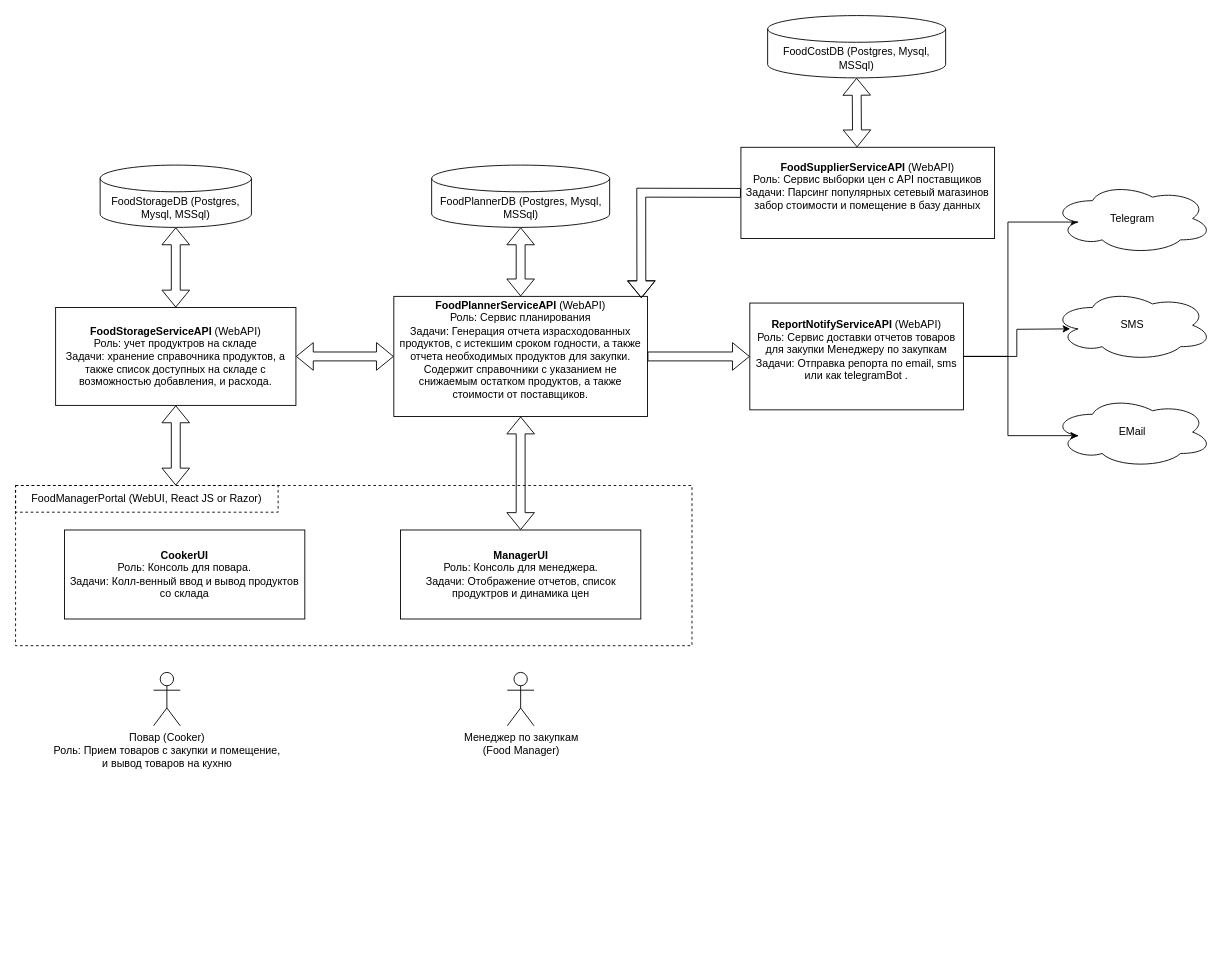
Above: docs/food-manager.drawio in otusroom5/food-manager (draw.io), before the change. Source tidied: cells renumbered, new cells numbered last; positions are measured from the earlier drawing's top-left corner, leaving out a move shared by most shapes. Both pictures are drawn from the tidied source at 89%, with x=0, y=0 at pixel (15, 15).
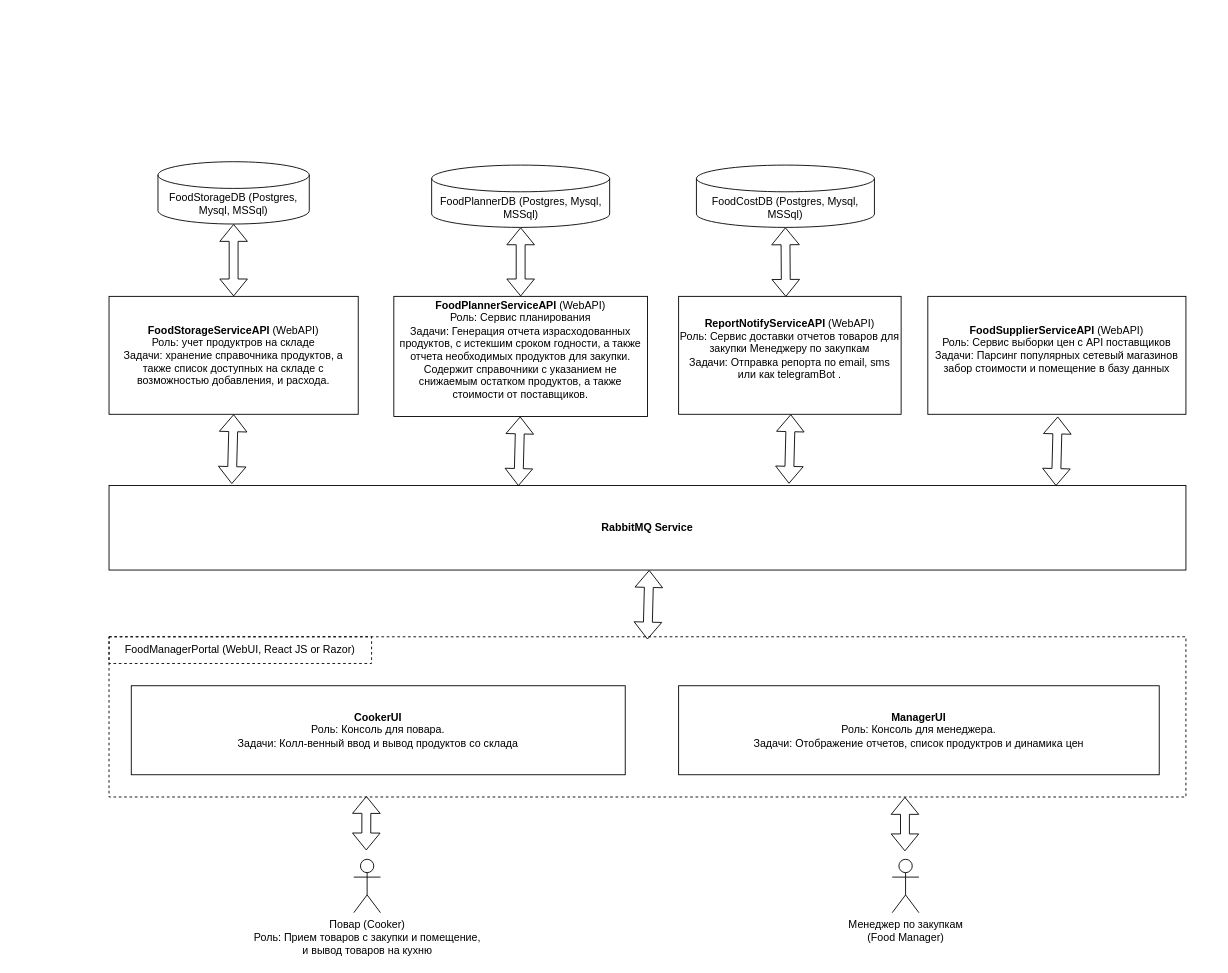
The same page after the edit.

Commit message (it also covers changes not shown here):
Added picture of diagram of arhitecture and project description

The change refers to these unchanged cells:
```xml
<mxCell id="4" value="&lt;b&gt;FoodPlannerServiceAPI&lt;/b&gt; (WebAPI)&lt;br&gt;Роль: Сервис планирования&lt;br&gt;Задачи: Генерация отчета израсходованных продуктов, c истекшим сроком годности, а также отчета необходимых продуктов для закупки. Содержит справочники с указанием не снижаемым остатком продуктов, а также стоимости от поставщиков.&lt;br&gt;&amp;nbsp;" style="rounded=0;whiteSpace=wrap;html=1;" parent="1" vertex="1">
  <mxGeometry x="425" y="315.5" width="285" height="135" as="geometry" />
</mxCell>
```

The edit, as a diff of the source:
```diff
@@
     <mxCell id="2" value="FoodStorageDB (Postgres, Mysql, MSSql)" style="shape=cylinder3;whiteSpace=wrap;html=1;boundedLbl=1;backgroundOutline=1;size=15;" parent="1" vertex="1">
-      <mxGeometry x="95" y="168" width="170" height="70" as="geometry" />
+      <mxGeometry x="160" y="164.2" width="170" height="70" as="geometry" />
     </mxCell>
     <mxCell id="3" value="&lt;b&gt;FoodStorageServiceAPI&amp;nbsp;&lt;/b&gt;(WebAPI)&lt;br&gt;Роль: учет продуктров на складе&lt;br&gt;Задачи: хранение справочника продуктов, а также список доступных на складе с возможностью добавления, и расхода." style="rounded=0;whiteSpace=wrap;html=1;" parent="1" vertex="1">
-      <mxGeometry x="45" y="328" width="270" height="110" as="geometry" />
+      <mxGeometry x="105" y="315.5" width="280" height="132.5" as="geometry" />
     </mxCell>
@@
     <mxCell id="5" value="Повар (Cooker)&lt;br&gt;Роль: Прием товаров с закупки и помещение, &lt;br&gt;и вывод товаров на кухню" style="shape=umlActor;verticalLabelPosition=bottom;verticalAlign=top;html=1;" parent="1" vertex="1">
-      <mxGeometry x="155" y="738" width="30" height="60" as="geometry" />
+      <mxGeometry x="380" y="948" width="30" height="60" as="geometry" />
     </mxCell>
     <mxCell id="6" value="Менеджер по закупкам&lt;br&gt;(Food Manager)" style="shape=umlActor;verticalLabelPosition=bottom;verticalAlign=top;html=1;" parent="1" vertex="1">
-      <mxGeometry x="552.5" y="738" width="30" height="60" as="geometry" />
+      <mxGeometry x="985" y="948" width="30" height="60" as="geometry" />
     </mxCell>
-    <mxCell id="7" style="shape=flexArrow;endArrow=classic;startArrow=classic;html=1;rounded=0;exitX=0.5;exitY=0;exitDx=0;exitDy=0;entryX=0.5;entryY=1;entryDx=0;entryDy=0;" parent="1" edge="1" target="3">
-      <mxGeometry relative="1" as="geometry">
-        <mxPoint x="180" y="528" as="sourcePoint" />
-      </mxGeometry>
-    </mxCell>
-    <mxCell id="8" style="edgeStyle=orthogonalEdgeStyle;rounded=0;jettySize=auto;html=1;exitX=1;exitY=0.5;exitDx=0;exitDy=0;entryX=0.16;entryY=0.55;entryDx=0;entryDy=0;entryPerimeter=0;" parent="1" edge="1" source="9" target="20">
-      <mxGeometry relative="1" as="geometry">
-        <Array as="points">
-          <mxPoint x="1115" y="383" />
-          <mxPoint x="1115" y="232" />
-        </Array>
-      </mxGeometry>
-    </mxCell>
     <mxCell id="9" value="&lt;b&gt;ReportNotifyServiceAPI&lt;/b&gt;&amp;nbsp;(WebAPI)&lt;br&gt;Роль: Сервис доставки отчетов товаров для закупки Менеджеру по закупкам&lt;br&gt;Задачи: Отправка репорта по email, sms или как telegramBot .&lt;br&gt;&amp;nbsp;" style="rounded=0;whiteSpace=wrap;html=1;" parent="1" vertex="1">
-      <mxGeometry x="825" y="323" width="240" height="120" as="geometry" />
+      <mxGeometry x="745" y="315.5" width="250" height="132.5" as="geometry" />
     </mxCell>
-    <mxCell id="10" style="shape=flexArrow;endArrow=classic;startArrow=classic;html=1;rounded=0;exitX=1;exitY=0.5;exitDx=0;exitDy=0;entryX=0;entryY=0.5;entryDx=0;entryDy=0;" parent="1" edge="1" source="3" target="4">
-      <mxGeometry relative="1" as="geometry" />
-    </mxCell>
@@
-    <mxCell id="14" style="shape=flexArrow;endArrow=classic;html=1;rounded=0;exitX=1;exitY=0.5;exitDx=0;exitDy=0;entryX=0;entryY=0.5;entryDx=0;entryDy=0;" parent="1" edge="1" source="4" target="9">
-      <mxGeometry relative="1" as="geometry" />
-    </mxCell>
     <mxCell id="15" style="rounded=0;whiteSpace=wrap;html=1;dashed=1;" parent="1" vertex="1">
-      <mxGeometry y="528" width="760" height="180" as="geometry" />
+      <mxGeometry x="105" y="698" width="1210" height="180" as="geometry" />
     </mxCell>
-    <mxCell id="16" style="shape=flexArrow;endArrow=classic;startArrow=classic;html=1;rounded=0;entryX=0.5;entryY=1;entryDx=0;entryDy=0;" parent="1" edge="1" source="18" target="4">
-      <mxGeometry relative="1" as="geometry" />
-    </mxCell>
     <mxCell id="17" value="&lt;b&gt;CookerUI&lt;/b&gt;&lt;br&gt;Роль: Консоль для повара.&lt;br&gt;Задачи: Колл-венный ввод и вывод продуктов со склада" style="rounded=0;whiteSpace=wrap;html=1;" parent="1" vertex="1">
-      <mxGeometry x="55" y="578" width="270" height="100" as="geometry" />
+      <mxGeometry x="130" y="753" width="555" height="100" as="geometry" />
     </mxCell>
     <mxCell id="18" value="&lt;b&gt;ManagerUI&lt;/b&gt;&lt;br&gt;Роль: Консоль для менеджера.&lt;br&gt;Задачи: Отображение отчетов, список продуктров и динамика цен" style="rounded=0;whiteSpace=wrap;html=1;" parent="1" vertex="1">
-      <mxGeometry x="432.5" y="578" width="270" height="100" as="geometry" />
+      <mxGeometry x="745" y="753" width="540" height="100" as="geometry" />
     </mxCell>
     <mxCell id="19" value="FoodManagerPortal (WebUI, React JS or Razor)" style="text;html=1;strokeColor=default;fillColor=none;align=center;verticalAlign=middle;whiteSpace=wrap;rounded=0;dashed=1;" parent="1" vertex="1">
-      <mxGeometry y="528" width="295" height="30" as="geometry" />
+      <mxGeometry x="105" y="698" width="295" height="30" as="geometry" />
     </mxCell>
-    <mxCell id="20" value="Telegram" style="ellipse;shape=cloud;whiteSpace=wrap;html=1;" parent="1" vertex="1">
-      <mxGeometry x="1165" y="188" width="180" height="80" as="geometry" />
-    </mxCell>
-    <mxCell id="21" value="SMS" style="ellipse;shape=cloud;whiteSpace=wrap;html=1;" parent="1" vertex="1">
-      <mxGeometry x="1165" y="308" width="180" height="80" as="geometry" />
-    </mxCell>
-    <mxCell id="22" value="EMail" style="ellipse;shape=cloud;whiteSpace=wrap;html=1;" parent="1" vertex="1">
-      <mxGeometry x="1165" y="428" width="180" height="80" as="geometry" />
-    </mxCell>
-    <mxCell id="23" style="edgeStyle=orthogonalEdgeStyle;rounded=0;jettySize=auto;html=1;exitX=1;exitY=0.5;exitDx=0;exitDy=0;" parent="1" edge="1" source="9">
-      <mxGeometry relative="1" as="geometry">
-        <mxPoint x="1185" y="352" as="targetPoint" />
-      </mxGeometry>
-    </mxCell>
-    <mxCell id="24" style="edgeStyle=orthogonalEdgeStyle;rounded=0;jettySize=auto;html=1;exitX=1;exitY=0.5;exitDx=0;exitDy=0;entryX=0.16;entryY=0.55;entryDx=0;entryDy=0;entryPerimeter=0;" parent="1" edge="1" source="9" target="22">
-      <mxGeometry relative="1" as="geometry" />
-    </mxCell>
     <mxCell id="25" value="&lt;b&gt;FoodSupplierServiceAPI&lt;/b&gt; (WebAPI)&lt;br&gt;Роль: Сервис выборки цен с API поставщиков&lt;br&gt;Задачи: Парсинг популярных сетевый магазинов забор стоимости и помещение в базу данных&lt;br&gt;&amp;nbsp;" style="rounded=0;whiteSpace=wrap;html=1;" parent="1" vertex="1">
-      <mxGeometry x="815" y="148" width="285" height="102.5" as="geometry" />
+      <mxGeometry x="1025" y="315.5" width="290" height="132.5" as="geometry" />
     </mxCell>
     <mxCell id="26" value="FoodCostDB (Postgres, Mysql, MSSql)" style="shape=cylinder3;whiteSpace=wrap;html=1;boundedLbl=1;backgroundOutline=1;size=15;" parent="1" vertex="1">
-      <mxGeometry x="845" width="200" height="70" as="geometry" />
+      <mxGeometry x="765" y="168" width="200" height="70" as="geometry" />
     </mxCell>
     <mxCell id="27" style="shape=flexArrow;endArrow=classic;startArrow=classic;html=1;rounded=0;entryX=0.5;entryY=1;entryDx=0;entryDy=0;entryPerimeter=0;" parent="1" edge="1" target="26">
       <mxGeometry relative="1" as="geometry">
-        <mxPoint x="945.5" y="148" as="sourcePoint" />
+        <mxPoint x="865.5" y="316" as="sourcePoint" />
       </mxGeometry>
     </mxCell>
-    <mxCell id="28" style="shape=flexArrow;endArrow=classic;html=1;rounded=0;entryX=0.976;entryY=0.015;entryDx=0;entryDy=0;entryPerimeter=0;exitX=0;exitY=0.5;exitDx=0;exitDy=0;" parent="1" edge="1" source="25" target="4">
-      <mxGeometry relative="1" as="geometry">
-        <Array as="points">
-          <mxPoint x="703" y="199" />
-        </Array>
-      </mxGeometry>
-    </mxCell>
+    <mxCell id="29" value="&lt;b&gt;RabbitMQ Service&lt;br&gt;&lt;/b&gt;" style="rounded=0;whiteSpace=wrap;html=1;" parent="1" vertex="1">
+      <mxGeometry x="105" y="528" width="1210" height="95" as="geometry" />
+    </mxCell>
+    <mxCell id="30" style="shape=flexArrow;endArrow=classic;startArrow=classic;html=1;rounded=0;exitX=0.114;exitY=-0.018;exitDx=0;exitDy=0;exitPerimeter=0;" parent="1" edge="1" source="29">
+      <mxGeometry relative="1" as="geometry">
+        <mxPoint x="245" y="448" as="targetPoint" />
+      </mxGeometry>
+    </mxCell>
+    <mxCell id="31" style="shape=flexArrow;endArrow=classic;startArrow=classic;html=1;rounded=0;exitX=0.114;exitY=-0.018;exitDx=0;exitDy=0;exitPerimeter=0;" parent="1" edge="1">
+      <mxGeometry relative="1" as="geometry">
+        <mxPoint x="565" y="528.5" as="sourcePoint" />
+        <mxPoint x="567" y="450.5" as="targetPoint" />
+      </mxGeometry>
+    </mxCell>
+    <mxCell id="32" style="shape=flexArrow;endArrow=classic;startArrow=classic;html=1;rounded=0;exitX=0.114;exitY=-0.018;exitDx=0;exitDy=0;exitPerimeter=0;" parent="1" edge="1">
+      <mxGeometry relative="1" as="geometry">
+        <mxPoint x="869" y="526" as="sourcePoint" />
+        <mxPoint x="871" y="448" as="targetPoint" />
+      </mxGeometry>
+    </mxCell>
+    <mxCell id="33" style="shape=flexArrow;endArrow=classic;startArrow=classic;html=1;rounded=0;exitX=0.114;exitY=-0.018;exitDx=0;exitDy=0;exitPerimeter=0;" parent="1" edge="1">
+      <mxGeometry relative="1" as="geometry">
+        <mxPoint x="1169" y="528.5" as="sourcePoint" />
+        <mxPoint x="1171" y="450.5" as="targetPoint" />
+      </mxGeometry>
+    </mxCell>
+    <mxCell id="34" style="shape=flexArrow;endArrow=classic;startArrow=classic;html=1;rounded=0;exitX=0.114;exitY=-0.018;exitDx=0;exitDy=0;exitPerimeter=0;" parent="1" edge="1">
+      <mxGeometry relative="1" as="geometry">
+        <mxPoint x="710" y="701" as="sourcePoint" />
+        <mxPoint x="712" y="623" as="targetPoint" />
+      </mxGeometry>
+    </mxCell>
+    <mxCell id="35" style="shape=flexArrow;endArrow=classic;startArrow=classic;html=1;rounded=0;entryX=0.239;entryY=0.994;entryDx=0;entryDy=0;entryPerimeter=0;" parent="1" edge="1" target="15">
+      <mxGeometry relative="1" as="geometry">
+        <mxPoint x="394" y="938" as="sourcePoint" />
+      </mxGeometry>
+    </mxCell>
+    <mxCell id="36" style="shape=flexArrow;endArrow=classic;startArrow=classic;html=1;rounded=0;entryX=0.239;entryY=0.994;entryDx=0;entryDy=0;entryPerimeter=0;" parent="1" edge="1">
+      <mxGeometry relative="1" as="geometry">
+        <mxPoint x="999.3" y="939" as="sourcePoint" />
+        <mxPoint x="999.3" y="878" as="targetPoint" />
+      </mxGeometry>
+    </mxCell>
```
